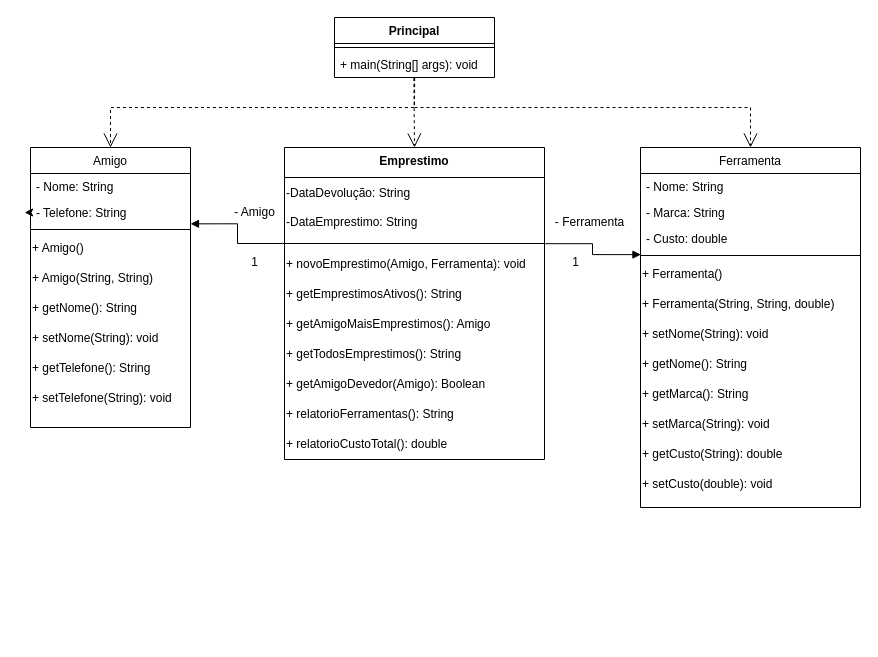
felipeghizo/Emprestimo_Ferramentas keeps this draw.io diagram as Diagrama_de_classes.drawio. Above is the earlier version. Source tidied: cells renumbered, new cells numbered last; positions are measured from the earlier drawing's top-left corner, leaving out a move shared by most shapes. Both pictures are drawn from the tidied source at 100%, with x=0, y=0 at pixel (30, 17).
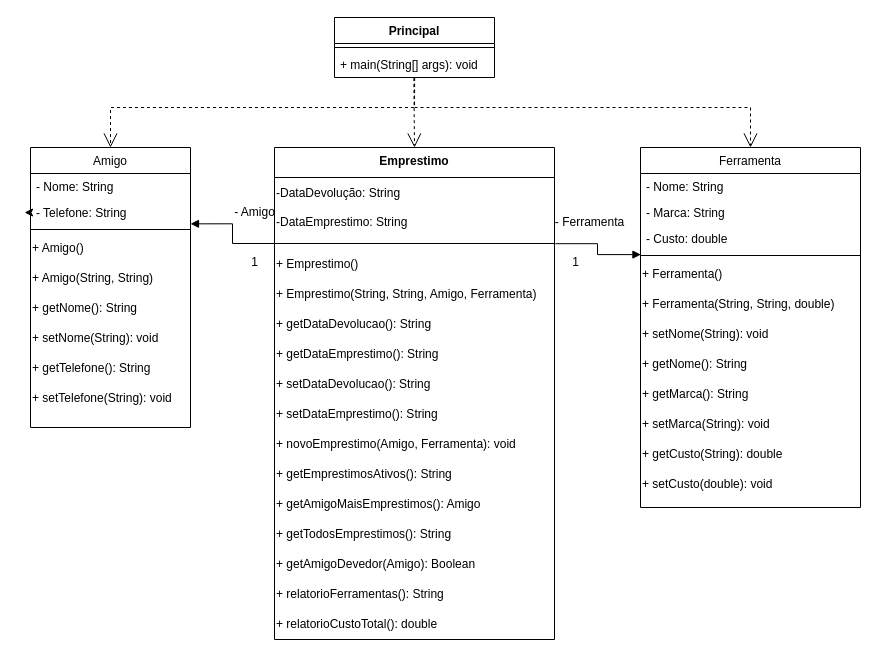
The same page after the edit.

Change to the diagram source:
```diff
@@
     <mxCell id="31" value="Emprestimo" style="swimlane;fontStyle=1;align=center;verticalAlign=top;horizontal=1;startSize=30;whiteSpace=wrap;html=1;" parent="1" vertex="1">
-      <mxGeometry x="254" y="130" width="260" height="312" as="geometry" />
+      <mxGeometry x="244" y="130" width="280" height="492" as="geometry" />
     </mxCell>
     <mxCell id="32" value="-DataDevolução: String&lt;div&gt;&lt;br&gt;&lt;div&gt;-DataEmprestimo: String&lt;/div&gt;&lt;/div&gt;" style="text;html=1;align=left;verticalAlign=middle;strokeColor=none;fillColor=none;" parent="31" vertex="1">
-      <mxGeometry y="30" width="260" height="60" as="geometry" />
+      <mxGeometry y="30" width="280" height="60" as="geometry" />
     </mxCell>
     <mxCell id="33" style="line;strokeWidth=1;fillColor=none;align=left;verticalAlign=middle;spacingTop=-1;spacingLeft=3;spacingRight=3;labelPosition=right;points=[];portConstraint=eastwest;strokeColor=inherit;" parent="31" vertex="1">
-      <mxGeometry y="90" width="260" height="12" as="geometry" />
+      <mxGeometry y="90" width="280" height="12" as="geometry" />
     </mxCell>
+    <mxCell id="48" value="+ Emprestimo()" style="text;html=1;align=left;verticalAlign=middle;strokeColor=none;fillColor=none;" parent="31" vertex="1">
+      <mxGeometry y="102" width="280" height="30" as="geometry" />
+    </mxCell>
+    <mxCell id="49" value="+ Emprestimo(String, String, Amigo, Ferramenta)" style="text;html=1;align=left;verticalAlign=middle;strokeColor=none;fillColor=none;" parent="31" vertex="1">
+      <mxGeometry y="132" width="280" height="30" as="geometry" />
+    </mxCell>
+    <mxCell id="50" value="+ getDataDevolucao(): String" style="text;html=1;align=left;verticalAlign=middle;strokeColor=none;fillColor=none;" parent="31" vertex="1">
+      <mxGeometry y="162" width="280" height="30" as="geometry" />
+    </mxCell>
+    <mxCell id="51" value="+ getDataEmprestimo(): String" style="text;html=1;align=left;verticalAlign=middle;strokeColor=none;fillColor=none;" parent="31" vertex="1">
+      <mxGeometry y="192" width="280" height="30" as="geometry" />
+    </mxCell>
+    <mxCell id="52" value="+ setDataDevolucao(): String" style="text;html=1;align=left;verticalAlign=middle;strokeColor=none;fillColor=none;" parent="31" vertex="1">
+      <mxGeometry y="222" width="280" height="30" as="geometry" />
+    </mxCell>
+    <mxCell id="53" value="+ setDataEmprestimo(): String" style="text;html=1;align=left;verticalAlign=middle;strokeColor=none;fillColor=none;" parent="31" vertex="1">
+      <mxGeometry y="252" width="280" height="30" as="geometry" />
+    </mxCell>
     <mxCell id="34" value="+ novoEmprestimo(Amigo, Ferramenta): void" style="text;html=1;align=left;verticalAlign=middle;strokeColor=none;fillColor=none;" parent="31" vertex="1">
-      <mxGeometry y="102" width="260" height="30" as="geometry" />
+      <mxGeometry y="282" width="280" height="30" as="geometry" />
     </mxCell>
     <mxCell id="35" value="+ getEmprestimosAtivos(): String" style="text;html=1;align=left;verticalAlign=middle;strokeColor=none;fillColor=none;" parent="31" vertex="1">
-      <mxGeometry y="132" width="260" height="30" as="geometry" />
+      <mxGeometry y="312" width="280" height="30" as="geometry" />
     </mxCell>
     <mxCell id="36" value="+ getAmigoMaisEmprestimos(): Amigo" style="text;html=1;align=left;verticalAlign=middle;strokeColor=none;fillColor=none;" parent="31" vertex="1">
-      <mxGeometry y="162" width="260" height="30" as="geometry" />
+      <mxGeometry y="342" width="280" height="30" as="geometry" />
     </mxCell>
     <mxCell id="37" value="+ getTodosEmprestimos(): String" style="text;html=1;align=left;verticalAlign=middle;strokeColor=none;fillColor=none;" parent="31" vertex="1">
-      <mxGeometry y="192" width="260" height="30" as="geometry" />
+      <mxGeometry y="372" width="280" height="30" as="geometry" />
     </mxCell>
     <mxCell id="38" value="+ getAmigoDevedor(Amigo): Boolean" style="text;html=1;align=left;verticalAlign=middle;strokeColor=none;fillColor=none;" parent="31" vertex="1">
-      <mxGeometry y="222" width="260" height="30" as="geometry" />
+      <mxGeometry y="402" width="280" height="30" as="geometry" />
     </mxCell>
     <mxCell id="39" value="+ relatorioFerramentas(): String" style="text;html=1;align=left;verticalAlign=middle;strokeColor=none;fillColor=none;" parent="31" vertex="1">
-      <mxGeometry y="252" width="260" height="30" as="geometry" />
+      <mxGeometry y="432" width="280" height="30" as="geometry" />
     </mxCell>
     <mxCell id="40" value="+ relatorioCustoTotal(): double" style="text;html=1;align=left;verticalAlign=middle;strokeColor=none;fillColor=none;" parent="31" vertex="1">
-      <mxGeometry y="282" width="260" height="30" as="geometry" />
+      <mxGeometry y="462" width="280" height="30" as="geometry" />
     </mxCell>
```
